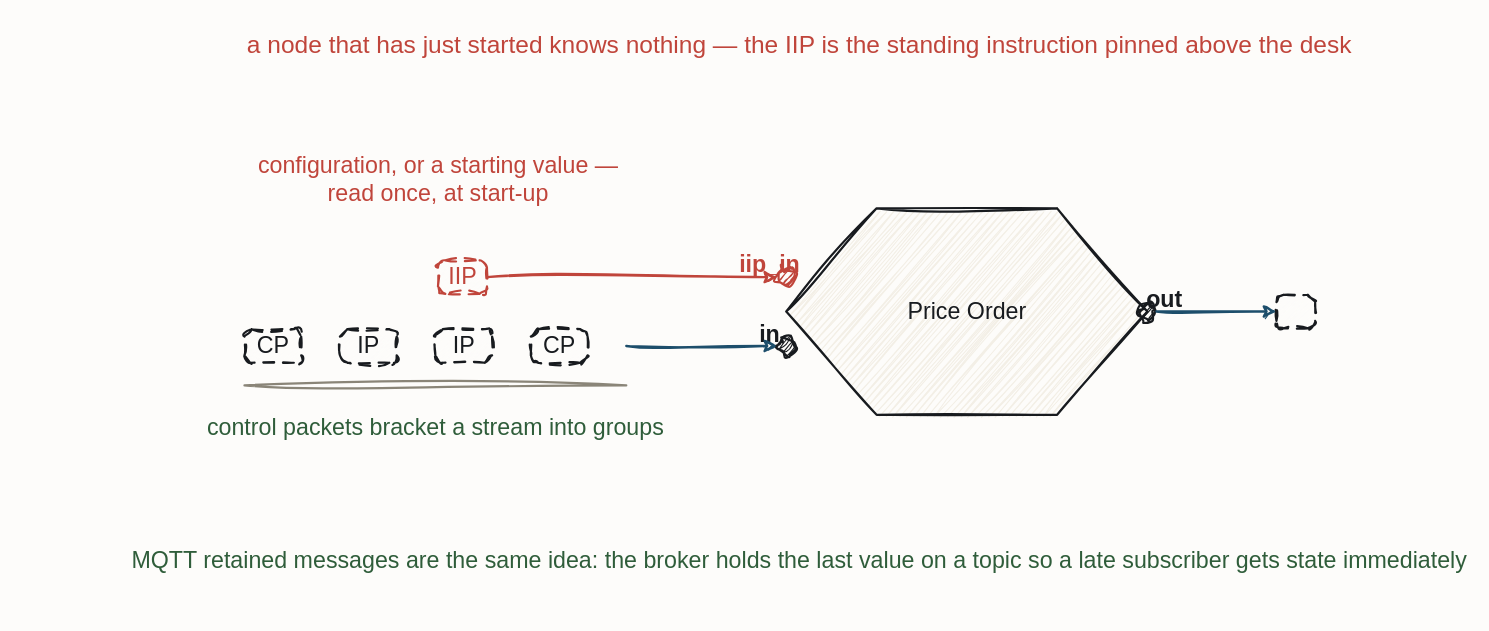
Above: resources/flow-fbp-iip.drawio in iancooper/practical-messaging (draw.io), before the change. Source tidied: cells renumbered, new cells numbered last; positions are measured from the earlier drawing's top-left corner, leaving out a move shared by most shapes. Both pictures are drawn from the tidied source at 129%, with x=0, y=0 at pixel (244, 22).
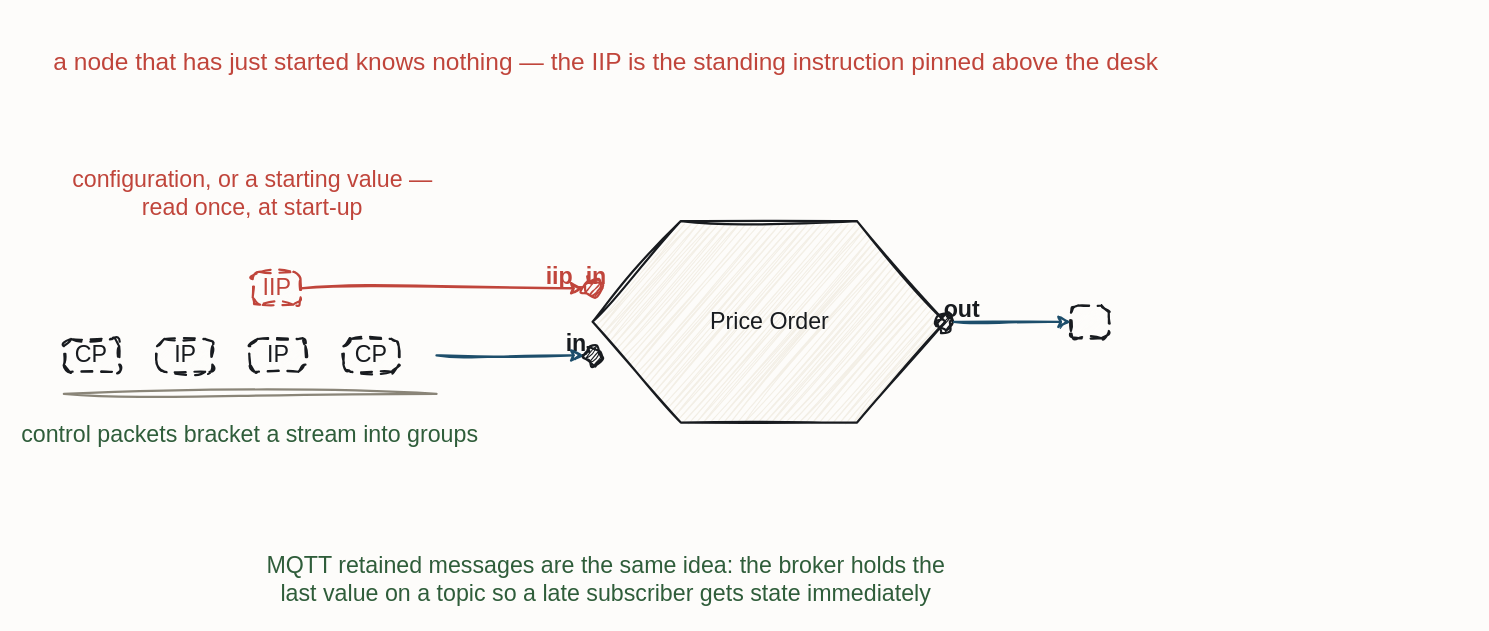
The same diagram, later.

Diff of the diagram source:
```diff
@@
     <mxCell id="2" value="a node that has just started knows nothing — the IIP is the standing instruction pinned above the desk" style="text;html=1;align=center;fontFamily=Caveat;fontSize=19;fontColor=#C0453B;" parent="1" vertex="1">
-      <mxGeometry x="370" width="120" height="20" as="geometry" />
+      <mxGeometry x="219.6" y="13.1" width="120" height="20" as="geometry" />
     </mxCell>
     <mxCell id="3" value="Price Order" style="sketch=1;hachureGap=4;jiggle=2;curveFitting=1;fontFamily=Caveat;html=1;shape=hexagon;perimeter=hexagonPerimeter2;strokeColor=#181B1F;strokeWidth=1.7;fillColor=#F3EFE6;fontColor=#181B1F;fontSize=18;" parent="1" vertex="1">
-      <mxGeometry x="420" y="144" width="280" height="160" as="geometry" />
+      <mxGeometry x="269.9" y="153.9" width="273.3" height="156.1" as="geometry" />
     </mxCell>
     <mxCell id="4" style="sketch=1;hachureGap=4;jiggle=2;curveFitting=1;fontFamily=Caveat;html=1;ellipse;verticalLabelPosition=bottom;verticalAlign=top;strokeColor=#C0453B;strokeWidth=1.7;fillColor=#C0453B;fontColor=#C0453B;fontSize=14;" parent="1" vertex="1">
-      <mxGeometry x="413" y="190.3" width="14" height="14" as="geometry" />
+      <mxGeometry x="263" y="199.1" width="13.7" height="13.7" as="geometry" />
     </mxCell>
     <mxCell id="5" value="iip_in" style="text;html=1;align=center;fontFamily=Caveat;fontSize=18;fontColor=#C0453B;fontStyle=1;" parent="1" vertex="1">
-      <mxGeometry x="347" y="171.3" width="120" height="20" as="geometry" />
+      <mxGeometry x="197.2" y="180.3" width="120" height="20" as="geometry" />
     </mxCell>
     <mxCell id="6" style="sketch=1;hachureGap=4;jiggle=2;curveFitting=1;fontFamily=Caveat;html=1;ellipse;verticalLabelPosition=bottom;verticalAlign=top;strokeColor=#181B1F;strokeWidth=1.7;fillColor=#181B1F;fontColor=#181B1F;fontSize=14;" parent="1" vertex="1">
-      <mxGeometry x="413" y="243.7" width="14" height="14" as="geometry" />
+      <mxGeometry x="263" y="251.2" width="13.7" height="13.7" as="geometry" />
     </mxCell>
     <mxCell id="7" value="in" style="text;html=1;align=center;fontFamily=Caveat;fontSize=18;fontColor=#181B1F;fontStyle=1;" parent="1" vertex="1">
-      <mxGeometry x="347" y="224.7" width="120" height="20" as="geometry" />
+      <mxGeometry x="197.2" y="232.4" width="120" height="20" as="geometry" />
     </mxCell>
     <mxCell id="8" style="sketch=1;hachureGap=4;jiggle=2;curveFitting=1;fontFamily=Caveat;html=1;ellipse;verticalLabelPosition=bottom;verticalAlign=top;strokeColor=#181B1F;strokeWidth=1.7;fillColor=#181B1F;fontColor=#181B1F;fontSize=14;" parent="1" vertex="1">
-      <mxGeometry x="693" y="217" width="14" height="14" as="geometry" />
+      <mxGeometry x="536.3" y="225.2" width="13.7" height="13.7" as="geometry" />
     </mxCell>
     <mxCell id="9" value="out" style="text;html=1;align=center;fontFamily=Caveat;fontSize=18;fontColor=#181B1F;fontStyle=1;" parent="1" vertex="1">
-      <mxGeometry x="653" y="198" width="120" height="20" as="geometry" />
+      <mxGeometry x="495.8" y="206.3" width="120" height="20" as="geometry" />
     </mxCell>
     <mxCell id="10" value="IIP" style="sketch=1;hachureGap=4;jiggle=2;curveFitting=1;fontFamily=Caveat;html=1;rounded=1;arcSize=22;dashed=1;dashPattern=5 4;strokeColor=#C0453B;strokeWidth=1.7;fillColor=#FDFCFA;fontColor=#C0453B;fontSize=18;" parent="1" vertex="1">
-      <mxGeometry x="150" y="184.3" width="38" height="26" as="geometry" />
+      <mxGeometry x="6.4" y="193.3" width="37.1" height="25.4" as="geometry" />
     </mxCell>
     <mxCell id="11" value="CP" style="sketch=1;hachureGap=4;jiggle=2;curveFitting=1;fontFamily=Caveat;html=1;rounded=1;arcSize=22;dashed=1;dashPattern=5 4;strokeColor=#181B1F;strokeWidth=1.7;fillColor=#FDFCFA;fontColor=#181B1F;fontSize=18;" parent="1" vertex="1">
-      <mxGeometry y="237.7" width="44" height="26" as="geometry" />
+      <mxGeometry x="-140" y="245.3" width="42.9" height="25.4" as="geometry" />
     </mxCell>
     <mxCell id="12" value="IP" style="sketch=1;hachureGap=4;jiggle=2;curveFitting=1;fontFamily=Caveat;html=1;rounded=1;arcSize=22;dashed=1;dashPattern=5 4;strokeColor=#181B1F;strokeWidth=1.7;fillColor=#FDFCFA;fontColor=#181B1F;fontSize=18;" parent="1" vertex="1">
-      <mxGeometry x="74" y="237.7" width="44" height="26" as="geometry" />
+      <mxGeometry x="-67.8" y="245.3" width="42.9" height="25.4" as="geometry" />
     </mxCell>
     <mxCell id="13" value="IP" style="sketch=1;hachureGap=4;jiggle=2;curveFitting=1;fontFamily=Caveat;html=1;rounded=1;arcSize=22;dashed=1;dashPattern=5 4;strokeColor=#181B1F;strokeWidth=1.7;fillColor=#FDFCFA;fontColor=#181B1F;fontSize=18;" parent="1" vertex="1">
-      <mxGeometry x="148" y="237.7" width="44" height="26" as="geometry" />
+      <mxGeometry x="4.4" y="245.3" width="42.9" height="25.4" as="geometry" />
     </mxCell>
     <mxCell id="14" value="CP" style="sketch=1;hachureGap=4;jiggle=2;curveFitting=1;fontFamily=Caveat;html=1;rounded=1;arcSize=22;dashed=1;dashPattern=5 4;strokeColor=#181B1F;strokeWidth=1.7;fillColor=#FDFCFA;fontColor=#181B1F;fontSize=18;" parent="1" vertex="1">
-      <mxGeometry x="222" y="237.7" width="44" height="26" as="geometry" />
+      <mxGeometry x="76.7" y="245.3" width="42.9" height="25.4" as="geometry" />
     </mxCell>
     <mxCell id="15" style="sketch=1;hachureGap=4;jiggle=2;curveFitting=1;fontFamily=Caveat;html=1;shape=line;strokeColor=#8A8578;strokeWidth=1.7;fillColor=none;fontColor=#8A8578;fontSize=13;" parent="1" vertex="1">
-      <mxGeometry y="280.7" width="296" height="1" as="geometry" />
+      <mxGeometry x="-140" y="287.3" width="288.9" height="1" as="geometry" />
     </mxCell>
     <mxCell id="16" value="control packets bracket a stream into groups" style="text;html=1;align=center;fontFamily=Caveat;fontSize=18;fontColor=#2F5D3A;" parent="1" vertex="1">
-      <mxGeometry x="88" y="296.7" width="120" height="20" as="geometry" />
+      <mxGeometry x="-55.6" y="302.6" width="120" height="20" as="geometry" />
     </mxCell>
     <mxCell id="17" style="sketch=1;hachureGap=4;jiggle=2;curveFitting=1;fontFamily=Caveat;html=1;rounded=1;arcSize=22;dashed=1;dashPattern=5 4;strokeColor=#181B1F;strokeWidth=1.7;fillColor=#FDFCFA;fontColor=#181B1F;fontSize=13;" parent="1" vertex="1">
-      <mxGeometry x="800" y="211" width="30" height="26" as="geometry" />
+      <mxGeometry x="640.7" y="219.3" width="29.3" height="25.4" as="geometry" />
     </mxCell>
     <mxCell id="18" value="configuration, or a starting value —&#10;read once, at start-up" style="text;html=1;align=center;fontFamily=Caveat;fontSize=18;fontColor=#C0453B;" parent="1" vertex="1">
-      <mxGeometry x="90" y="94" width="120" height="20" as="geometry" />
+      <mxGeometry x="-53.6" y="104.8" width="120" height="20" as="geometry" />
     </mxCell>
-    <mxCell id="19" value="MQTT retained messages are the same idea: the broker holds the last value on a topic so a late subscriber gets state immediately" style="text;html=1;align=center;fontFamily=Caveat;fontSize=18;fontColor=#2F5D3A;" parent="1" vertex="1">
-      <mxGeometry x="370" y="400" width="120" height="20" as="geometry" />
+    <mxCell id="19" value="MQTT retained messages are the same idea: the broker holds the&#10;last value on a topic so a late subscriber gets state immediately" style="text;html=1;align=center;fontFamily=Caveat;fontSize=18;fontColor=#2F5D3A;" parent="1" vertex="1">
+      <mxGeometry x="219.6" y="403.5" width="120" height="20" as="geometry" />
     </mxCell>
@@
     <mxCell id="21" style="sketch=1;jiggle=2;curveFitting=1;edgeStyle=none;rounded=0;strokeColor=#1D4E6B;strokeWidth=1.8;fontFamily=Caveat;fontSize=18;fontColor=#1D4E6B;html=1;entryX=0.0;entryY=0.5;entryDx=0;entryDy=0;" parent="1" edge="1" target="6">
       <mxGeometry relative="1" as="geometry">
-        <mxPoint x="296" y="250.7" as="sourcePoint" />
+        <mxPoint x="148.9" y="258" as="sourcePoint" />
       </mxGeometry>
     </mxCell>
```
